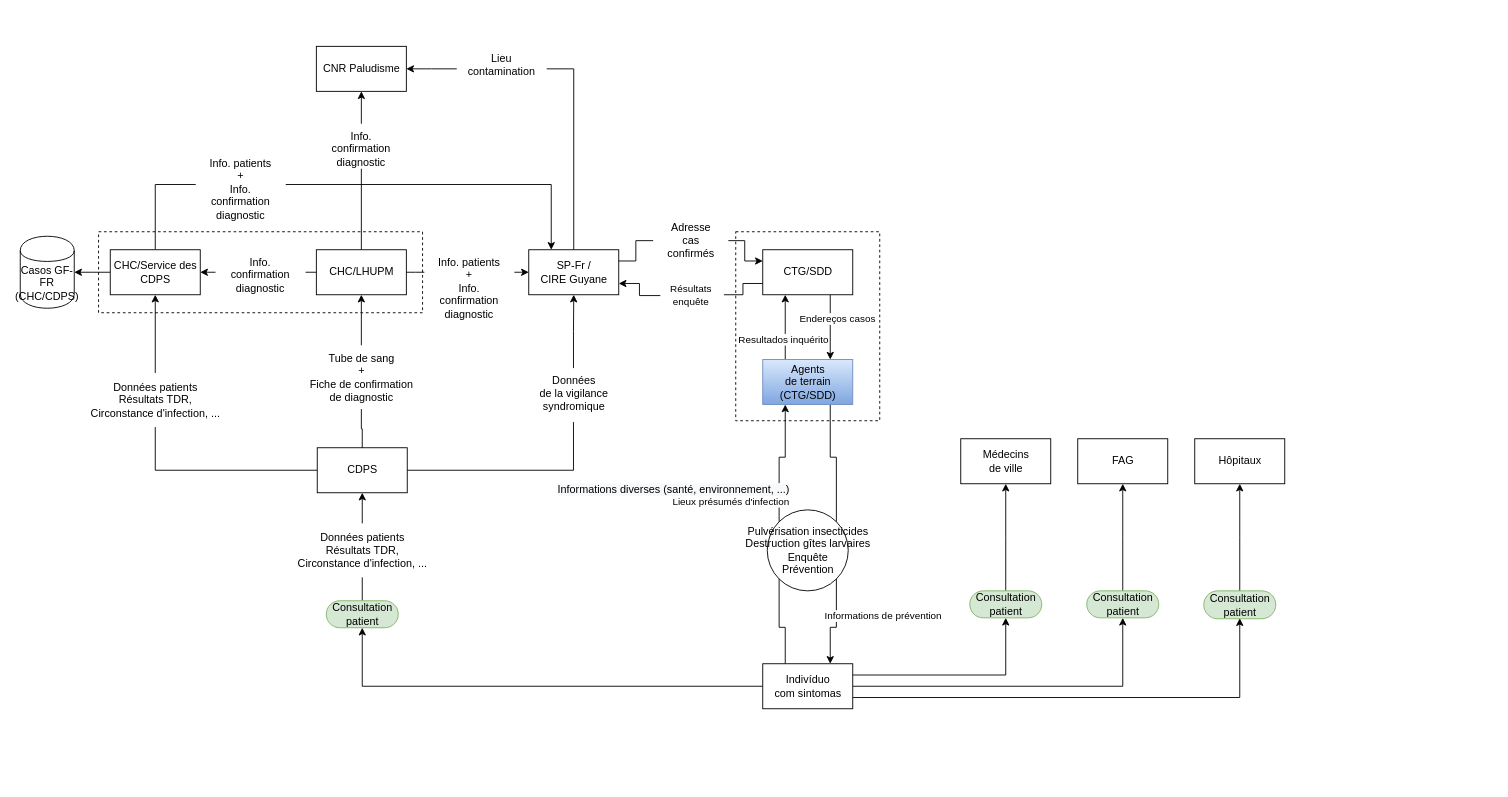
Above: Paludisme_FR-GF.drawio in EmmanuelRouxIRD/VigiFront-Saude (draw.io), before the change. Source tidied: cells renumbered, new cells numbered last; positions are measured from the earlier drawing's top-left corner, leaving out a move shared by most shapes. Both pictures are drawn from the tidied source at 90%, with x=0, y=0 at pixel (20, 46).
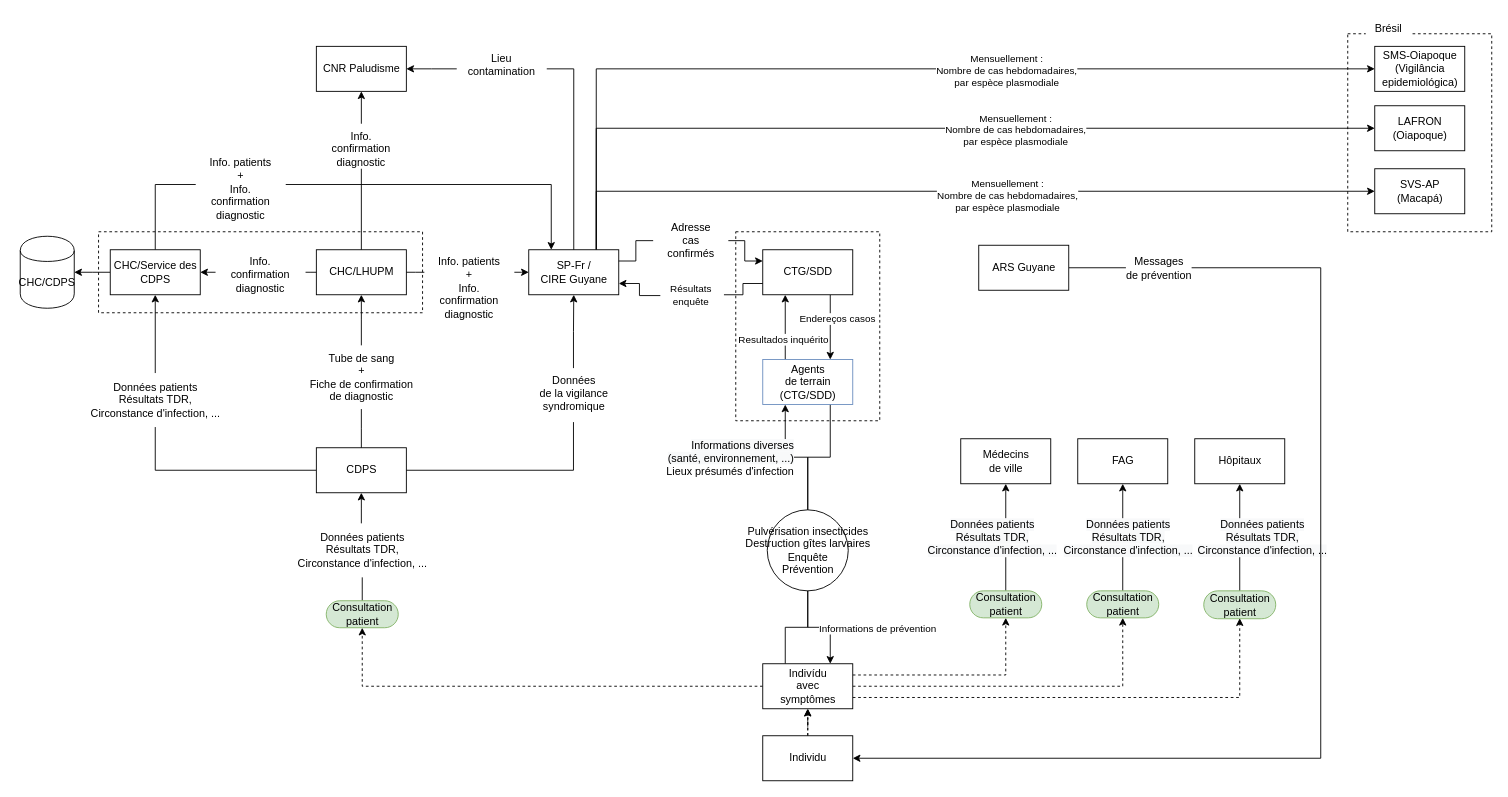
The same diagram, later.

Commit message:
Mettre à jour Paludisme_FR-GF.drawio

Unchanged cells that the change refers to:
```xml
<mxCell id="11" value="SP-Fr /&lt;br&gt;CIRE Guyane" style="html=1;dashed=0;whitespace=wrap;" parent="1" vertex="1">
  <mxGeometry x="565" y="226" width="100" height="50" as="geometry" />
</mxCell>
<mxCell id="25" style="edgeStyle=elbowEdgeStyle;rounded=0;jettySize=auto;html=1;entryX=0.5;entryY=1;entryDx=0;entryDy=0;exitX=0.5;exitY=0.5;exitDx=0;exitDy=-15;exitPerimeter=0;" parent="1" edge="1" source="50" target="22">
  <mxGeometry relative="1" as="geometry" />
</mxCell>
<mxCell id="26" style="edgeStyle=elbowEdgeStyle;rounded=0;jettySize=auto;html=1;entryX=0.5;entryY=1;entryDx=0;entryDy=0;exitX=0.5;exitY=0.5;exitDx=0;exitDy=-15;exitPerimeter=0;" parent="1" edge="1" source="51" target="23">
  <mxGeometry relative="1" as="geometry" />
</mxCell>
<mxCell id="27" style="edgeStyle=elbowEdgeStyle;rounded=0;jettySize=auto;html=1;entryX=0.5;entryY=1;entryDx=0;entryDy=0;exitX=0.5;exitY=0.5;exitDx=0;exitDy=-15;exitPerimeter=0;" parent="1" edge="1" source="52" target="24">
  <mxGeometry relative="1" as="geometry" />
</mxCell>
<mxCell id="50" value="Consultation&lt;br&gt;patient" style="html=1;dashed=0;whitespace=wrap;shape=mxgraph.dfd.start;fillColor=#d5e8d4;strokeColor=#82b366;" parent="1" vertex="1">
  <mxGeometry x="1055" y="605" width="80" height="30" as="geometry" />
</mxCell>
<mxCell id="51" value="Consultation&lt;br&gt;patient" style="html=1;dashed=0;whitespace=wrap;shape=mxgraph.dfd.start;fillColor=#d5e8d4;strokeColor=#82b366;" parent="1" vertex="1">
  <mxGeometry x="1185" y="605" width="80" height="30" as="geometry" />
</mxCell>
<mxCell id="52" value="Consultation&lt;br&gt;patient" style="html=1;dashed=0;whitespace=wrap;shape=mxgraph.dfd.start;fillColor=#d5e8d4;strokeColor=#82b366;" parent="1" vertex="1">
  <mxGeometry x="1315" y="605" width="80" height="31" as="geometry" />
</mxCell>
<mxCell id="53" value="Consultation&lt;br&gt;patient" style="html=1;dashed=0;whitespace=wrap;shape=mxgraph.dfd.start;fillColor=#d5e8d4;strokeColor=#82b366;" parent="1" vertex="1">
  <mxGeometry x="340" y="616" width="80" height="30" as="geometry" />
</mxCell>
<mxCell id="69" value="&lt;div style=&quot;&quot;&gt;&lt;div&gt;&lt;span style=&quot;background-color: initial;&quot;&gt;Pulvérisation insecticides&lt;/span&gt;&lt;/div&gt;&lt;span style=&quot;text-align: left; background-color: initial;&quot;&gt;&lt;div style=&quot;text-align: center;&quot;&gt;&lt;span style=&quot;background-color: initial;&quot;&gt;Destruction gîtes larvaires&lt;/span&gt;&lt;/div&gt;&lt;/span&gt;&lt;span style=&quot;text-align: left; background-color: initial;&quot;&gt;&lt;div style=&quot;text-align: center;&quot;&gt;&lt;span style=&quot;background-color: initial;&quot;&gt;Enquête&lt;/span&gt;&lt;/div&gt;&lt;div style=&quot;text-align: center;&quot;&gt;&lt;span style=&quot;background-color: initial;&quot;&gt;Prévention&lt;/span&gt;&lt;/div&gt;&lt;/span&gt;&lt;/div&gt;" style="shape=ellipse;html=1;dashed=0;whitespace=wrap;perimeter=ellipsePerimeter;fillColor=none;align=center;labelPosition=center;verticalLabelPosition=middle;verticalAlign=middle;" parent="1" vertex="1">
  <mxGeometry x="830" y="515" width="90" height="90" as="geometry" />
</mxCell>
```

Change to the diagram source:
```diff
@@
+    <mxCell id="66" style="html=1;dashed=1;whitespace=wrap;fillColor=none;" parent="1" vertex="1">
+      <mxGeometry x="795" y="206" width="160" height="210" as="geometry" />
+    </mxCell>
-    <mxCell id="2" value="Casos GF-FR (CHC/CDPS)" style="shape=cylinder;whiteSpace=wrap;html=1;boundedLbl=1;backgroundOutline=1;" parent="1" vertex="1">
+    <mxCell id="2" value="CHC/CDPS" style="shape=cylinder;whiteSpace=wrap;html=1;boundedLbl=1;backgroundOutline=1;" parent="1" vertex="1">
       <mxGeometry y="211" width="60" height="80" as="geometry" />
     </mxCell>
@@
     <mxCell id="6" value="CDPS" style="html=1;dashed=0;whitespace=wrap;" parent="1" vertex="1">
-      <mxGeometry x="330" y="446" width="100" height="50" as="geometry" />
+      <mxGeometry x="329" y="446" width="100" height="50" as="geometry" />
     </mxCell>
@@
+    <mxCell id="72" style="edgeStyle=orthogonalEdgeStyle;rounded=0;jettySize=auto;html=1;exitX=0.75;exitY=0;exitDx=0;exitDy=0;entryX=0;entryY=0.5;entryDx=0;entryDy=0;" parent="1" edge="1" source="11" target="81">
+      <mxGeometry relative="1" as="geometry" />
+    </mxCell>
+    <mxCell id="73" value="Mensuellement :&lt;br&gt;Nombre de cas hebdomadaires,&lt;br&gt;par espèce plasmodiale" style="edgeLabel;html=1;align=center;verticalAlign=middle;" parent="72" vertex="1">
+      <mxGeometry x="0.23" y="-1" relative="1" as="geometry" />
+    </mxCell>
+    <mxCell id="74" style="edgeStyle=orthogonalEdgeStyle;rounded=0;jettySize=auto;html=1;exitX=0.75;exitY=0;exitDx=0;exitDy=0;entryX=0;entryY=0.5;entryDx=0;entryDy=0;" parent="1" edge="1" source="11" target="82">
+      <mxGeometry relative="1" as="geometry" />
+    </mxCell>
+    <mxCell id="75" value="Mensuellement :&lt;br&gt;Nombre de cas hebdomadaires,&lt;br&gt;par espèce plasmodiale" style="edgeLabel;html=1;align=center;verticalAlign=middle;" parent="74" vertex="1">
+      <mxGeometry x="0.2" y="-1" relative="1" as="geometry" />
+    </mxCell>
+    <mxCell id="76" style="edgeStyle=orthogonalEdgeStyle;rounded=0;jettySize=auto;html=1;exitX=0.75;exitY=0;exitDx=0;exitDy=0;entryX=0;entryY=0.5;entryDx=0;entryDy=0;" parent="1" edge="1" source="11" target="83">
+      <mxGeometry relative="1" as="geometry" />
+    </mxCell>
+    <mxCell id="77" value="Mensuellement :&lt;br&gt;Nombre de cas hebdomadaires,&lt;br&gt;par espèce plasmodiale" style="edgeLabel;html=1;align=center;verticalAlign=middle;" parent="76" vertex="1">
+      <mxGeometry x="0.12" y="-4" relative="1" as="geometry" />
+    </mxCell>
@@
+    <mxCell id="78" value="&lt;span style=&quot;background-color: rgb(248, 249, 250);&quot;&gt;Données patients&lt;/span&gt;&lt;br style=&quot;background-color: rgb(248, 249, 250);&quot;&gt;&lt;span style=&quot;background-color: rgb(248, 249, 250);&quot;&gt;Résultats TDR,&lt;/span&gt;&lt;br style=&quot;background-color: rgb(248, 249, 250);&quot;&gt;&lt;span style=&quot;background-color: rgb(248, 249, 250);&quot;&gt;Circonstance d'infection, ...&lt;/span&gt;" style="edgeLabel;html=1;align=center;verticalAlign=middle;fontSize=12;" parent="25" vertex="1">
+      <mxGeometry x="0.32" y="-2" relative="1" as="geometry">
+        <mxPoint x="-18" y="19" as="offset" />
+      </mxGeometry>
+    </mxCell>
@@
+    <mxCell id="79" value="&lt;span style=&quot;background-color: rgb(248, 249, 250);&quot;&gt;Données patients&lt;/span&gt;&lt;br style=&quot;background-color: rgb(248, 249, 250);&quot;&gt;&lt;span style=&quot;background-color: rgb(248, 249, 250);&quot;&gt;Résultats TDR,&lt;/span&gt;&lt;br style=&quot;background-color: rgb(248, 249, 250);&quot;&gt;&lt;span style=&quot;background-color: rgb(248, 249, 250);&quot;&gt;Circonstance d'infection, ...&lt;/span&gt;" style="edgeLabel;html=1;align=center;verticalAlign=middle;fontSize=12;" parent="26" vertex="1">
+      <mxGeometry x="0.4" relative="1" as="geometry">
+        <mxPoint x="5" y="23" as="offset" />
+      </mxGeometry>
+    </mxCell>
@@
+    <mxCell id="80" value="&lt;span style=&quot;background-color: rgb(248, 249, 250);&quot;&gt;Données patients&lt;/span&gt;&lt;br style=&quot;background-color: rgb(248, 249, 250);&quot;&gt;&lt;span style=&quot;background-color: rgb(248, 249, 250);&quot;&gt;Résultats TDR,&lt;/span&gt;&lt;br style=&quot;background-color: rgb(248, 249, 250);&quot;&gt;&lt;span style=&quot;background-color: rgb(248, 249, 250);&quot;&gt;Circonstance d'infection, ...&lt;/span&gt;" style="edgeLabel;html=1;align=center;verticalAlign=middle;fontSize=12;" parent="27" vertex="1">
+      <mxGeometry x="0.45" y="-2" relative="1" as="geometry">
+        <mxPoint x="22" y="27" as="offset" />
+      </mxGeometry>
+    </mxCell>
@@
-    <mxCell id="54" style="edgeStyle=orthogonalEdgeStyle;rounded=0;jettySize=auto;html=1;entryX=0.5;entryY=0.5;entryDx=0;entryDy=15;entryPerimeter=0;" parent="1" edge="1" source="61" target="53">
+    <mxCell id="54" style="edgeStyle=orthogonalEdgeStyle;rounded=0;jettySize=auto;html=1;entryX=0.5;entryY=0.5;entryDx=0;entryDy=15;entryPerimeter=0;dashed=1;" parent="1" edge="1" source="61" target="53">
       <mxGeometry relative="1" as="geometry" />
     </mxCell>
-    <mxCell id="55" style="edgeStyle=orthogonalEdgeStyle;rounded=0;jettySize=auto;html=1;exitX=0;exitY=0;exitDx=0;exitDy=0;entryX=0.25;entryY=1;entryDx=0;entryDy=0;endArrow=classic;endFill=1;" parent="1" edge="1" source="69" target="65">
+    <mxCell id="55" style="edgeStyle=orthogonalEdgeStyle;rounded=0;jettySize=auto;html=1;entryX=0.25;entryY=1;entryDx=0;entryDy=0;endArrow=classic;endFill=1;" parent="1" edge="1" source="69" target="65">
       <mxGeometry relative="1" as="geometry" />
     </mxCell>
-    <mxCell id="56" value="&lt;span style=&quot;font-size: 12px; background-color: rgb(248, 249, 250);&quot;&gt;Informations diverses (santé, environnement, ...)&lt;br&gt;&lt;/span&gt;Lieux présumés d'infection" style="edgeLabel;html=1;align=right;verticalAlign=middle;" parent="55" vertex="1">
+    <mxCell id="56" value="&lt;font style=&quot;font-size: 12px;&quot;&gt;&lt;span style=&quot;background-color: rgb(248, 249, 250);&quot;&gt;Informations diverses&lt;br&gt;(santé, environnement, ...)&lt;br&gt;&lt;/span&gt;Lieux présumés d'infection&lt;/font&gt;" style="edgeLabel;html=1;align=right;verticalAlign=middle;" parent="55" vertex="1">
       <mxGeometry x="-0.19" y="5" relative="1" as="geometry">
-        <mxPoint x="17" y="25" as="offset" />
+        <mxPoint x="-10" as="offset" />
       </mxGeometry>
     </mxCell>
-    <mxCell id="57" style="edgeStyle=orthogonalEdgeStyle;rounded=0;jettySize=auto;html=1;exitX=1;exitY=0.25;exitDx=0;exitDy=0;entryX=0.5;entryY=0.5;entryDx=0;entryDy=15;entryPerimeter=0;endArrow=classic;endFill=1;" parent="1" edge="1" source="61" target="50">
+    <mxCell id="57" style="edgeStyle=orthogonalEdgeStyle;rounded=0;jettySize=auto;html=1;exitX=1;exitY=0.25;exitDx=0;exitDy=0;entryX=0.5;entryY=0.5;entryDx=0;entryDy=15;entryPerimeter=0;endArrow=classic;endFill=1;dashed=1;" parent="1" edge="1" source="61" target="50">
       <mxGeometry relative="1" as="geometry" />
     </mxCell>
-    <mxCell id="58" style="edgeStyle=orthogonalEdgeStyle;rounded=0;jettySize=auto;html=1;entryX=0.5;entryY=0.5;entryDx=0;entryDy=15;entryPerimeter=0;endArrow=classic;endFill=1;exitX=1;exitY=0.5;exitDx=0;exitDy=0;" parent="1" edge="1" source="61" target="51">
+    <mxCell id="58" style="edgeStyle=orthogonalEdgeStyle;rounded=0;jettySize=auto;html=1;entryX=0.5;entryY=0.5;entryDx=0;entryDy=15;entryPerimeter=0;endArrow=classic;endFill=1;exitX=1;exitY=0.5;exitDx=0;exitDy=0;dashed=1;" parent="1" edge="1" source="61" target="51">
       <mxGeometry relative="1" as="geometry" />
     </mxCell>
-    <mxCell id="59" style="edgeStyle=orthogonalEdgeStyle;rounded=0;jettySize=auto;html=1;exitX=1;exitY=0.75;exitDx=0;exitDy=0;entryX=0.5;entryY=0.5;entryDx=0;entryDy=15;entryPerimeter=0;endArrow=classic;endFill=1;" parent="1" edge="1" source="61" target="52">
+    <mxCell id="59" style="edgeStyle=orthogonalEdgeStyle;rounded=0;jettySize=auto;html=1;exitX=1;exitY=0.75;exitDx=0;exitDy=0;entryX=0.5;entryY=0.5;entryDx=0;entryDy=15;entryPerimeter=0;endArrow=classic;endFill=1;dashed=1;" parent="1" edge="1" source="61" target="52">
       <mxGeometry relative="1" as="geometry" />
     </mxCell>
-    <mxCell id="60" style="edgeStyle=orthogonalEdgeStyle;rounded=0;jettySize=auto;html=1;exitX=0.25;exitY=0;exitDx=0;exitDy=0;entryX=0;entryY=1;entryDx=0;entryDy=0;endArrow=none;endFill=0;" parent="1" edge="1" source="61" target="69">
+    <mxCell id="60" style="edgeStyle=orthogonalEdgeStyle;rounded=0;jettySize=auto;html=1;exitX=0.25;exitY=0;exitDx=0;exitDy=0;entryX=0.5;entryY=1;entryDx=0;entryDy=0;endArrow=none;endFill=0;" parent="1" edge="1" source="61" target="69">
       <mxGeometry relative="1" as="geometry" />
     </mxCell>
-    <mxCell id="61" value="Indivíduo&lt;br&gt;com&amp;nbsp;sintomas" style="html=1;dashed=0;whitespace=wrap;" parent="1" vertex="1">
+    <mxCell id="61" value="Indivídu&lt;br&gt;avec&lt;br&gt;symptômes" style="html=1;dashed=0;whitespace=wrap;" parent="1" vertex="1">
       <mxGeometry x="825" y="686" width="100" height="50" as="geometry" />
     </mxCell>
-    <mxCell id="62" style="edgeStyle=orthogonalEdgeStyle;rounded=0;jettySize=auto;html=1;endArrow=none;entryX=1;entryY=0;entryDx=0;entryDy=0;endFill=0;startArrow=none;exitX=0.75;exitY=1;exitDx=0;exitDy=0;" parent="1" edge="1" source="65" target="69">
+    <mxCell id="62" style="edgeStyle=orthogonalEdgeStyle;rounded=0;jettySize=auto;html=1;endArrow=none;entryX=0.5;entryY=0;entryDx=0;entryDy=0;endFill=0;startArrow=none;exitX=0.75;exitY=1;exitDx=0;exitDy=0;" parent="1" edge="1" source="65" target="69">
       <mxGeometry relative="1" as="geometry" />
     </mxCell>
@@
-    <mxCell id="65" value="Agents&lt;br&gt;de terrain&lt;br&gt;(CTG/SDD)" style="html=1;dashed=0;whitespace=wrap;fillColor=#dae8fc;gradientColor=#7ea6e0;strokeColor=#6c8ebf;" parent="1" vertex="1">
+    <mxCell id="65" value="Agents&lt;br&gt;de terrain&lt;br&gt;(CTG/SDD)" style="html=1;dashed=0;whitespace=wrap;fillColor=none;gradientColor=#7ea6e0;strokeColor=#6c8ebf;" parent="1" vertex="1">
       <mxGeometry x="825" y="348" width="100" height="50" as="geometry" />
     </mxCell>
-    <mxCell id="66" style="html=1;dashed=1;whitespace=wrap;fillColor=none;" parent="1" vertex="1">
-      <mxGeometry x="795" y="206" width="160" height="210" as="geometry" />
-    </mxCell>
-    <mxCell id="67" style="edgeStyle=orthogonalEdgeStyle;rounded=0;jettySize=auto;html=1;exitX=1;exitY=1;exitDx=0;exitDy=0;entryX=0.75;entryY=0;entryDx=0;entryDy=0;endArrow=classic;endFill=1;" parent="1" edge="1" source="69" target="61">
+    <mxCell id="67" style="edgeStyle=orthogonalEdgeStyle;rounded=0;jettySize=auto;html=1;exitX=0.5;exitY=1;exitDx=0;exitDy=0;entryX=0.75;entryY=0;entryDx=0;entryDy=0;endArrow=classic;endFill=1;" parent="1" edge="1" source="69" target="61">
       <mxGeometry relative="1" as="geometry" />
     </mxCell>
     <mxCell id="68" value="&lt;span style=&quot;&quot;&gt;Informations de prévention&lt;/span&gt;" style="edgeLabel;html=1;align=left;verticalAlign=middle;" parent="67" vertex="1">
       <mxGeometry x="-0.18" relative="1" as="geometry">
-        <mxPoint x="-15" as="offset" />
+        <mxPoint x="8" y="1" as="offset" />
       </mxGeometry>
     </mxCell>
@@
+    <mxCell id="81" value="SMS-Oiapoque&lt;br&gt;(Vigilância&lt;br&gt;epidemiológica)" style="html=1;dashed=0;whitespace=wrap;" parent="1" vertex="1">
+      <mxGeometry x="1505" width="100" height="50" as="geometry" />
+    </mxCell>
+    <mxCell id="82" value="LAFRON&lt;br&gt;(Oiapoque)" style="html=1;dashed=0;whitespace=wrap;" parent="1" vertex="1">
+      <mxGeometry x="1505" y="66" width="100" height="50" as="geometry" />
+    </mxCell>
+    <mxCell id="83" value="SVS-AP&lt;br&gt;(Macapá)" style="html=1;dashed=0;whitespace=wrap;" parent="1" vertex="1">
+      <mxGeometry x="1505" y="136" width="100" height="50" as="geometry" />
+    </mxCell>
+    <mxCell id="84" style="html=1;dashed=1;whitespace=wrap;fillColor=none;" parent="1" vertex="1">
+      <mxGeometry x="1475" y="-14" width="160" height="220" as="geometry" />
+    </mxCell>
+    <mxCell id="85" value="Brésil" style="text;html=1;align=center;verticalAlign=middle;strokeColor=none;fillColor=default;" parent="1" vertex="1">
+      <mxGeometry x="1495" y="-34" width="50" height="30" as="geometry" />
+    </mxCell>
+    <mxCell id="86" style="edgeStyle=orthogonalEdgeStyle;rounded=0;jettySize=auto;html=1;entryX=1;entryY=0.5;entryDx=0;entryDy=0;fontSize=12;" parent="1" edge="1" source="88" target="91">
+      <mxGeometry relative="1" as="geometry">
+        <Array as="points">
+          <mxPoint x="1445" y="246" />
+          <mxPoint x="1445" y="791" />
+        </Array>
+      </mxGeometry>
+    </mxCell>
+    <mxCell id="87" value="Messages&lt;br&gt;de prévention" style="edgeLabel;html=1;align=center;verticalAlign=middle;fontSize=12;" parent="86" vertex="1">
+      <mxGeometry x="-0.59" y="-2" relative="1" as="geometry">
+        <mxPoint x="-177" y="-2" as="offset" />
+      </mxGeometry>
+    </mxCell>
+    <mxCell id="88" value="ARS Guyane" style="html=1;dashed=0;whitespace=wrap;" parent="1" vertex="1">
+      <mxGeometry x="1065" y="221" width="100" height="50" as="geometry" />
+    </mxCell>
+    <mxCell id="89" style="edgeStyle=orthogonalEdgeStyle;rounded=0;jettySize=auto;html=1;exitX=0.5;exitY=0;exitDx=0;exitDy=0;entryX=0.5;entryY=1;entryDx=0;entryDy=0;fontSize=12;dashed=1;" parent="1" edge="1" source="91" target="61">
+      <mxGeometry relative="1" as="geometry" />
+    </mxCell>
+    <mxCell id="90" style="edgeStyle=orthogonalEdgeStyle;rounded=0;jettySize=auto;html=1;dashed=1;fontSize=12;" parent="1" edge="1" source="91" target="61">
+      <mxGeometry relative="1" as="geometry" />
+    </mxCell>
+    <mxCell id="91" value="Individu" style="html=1;dashed=0;whitespace=wrap;" parent="1" vertex="1">
+      <mxGeometry x="825" y="766" width="100" height="50" as="geometry" />
+    </mxCell>
```
